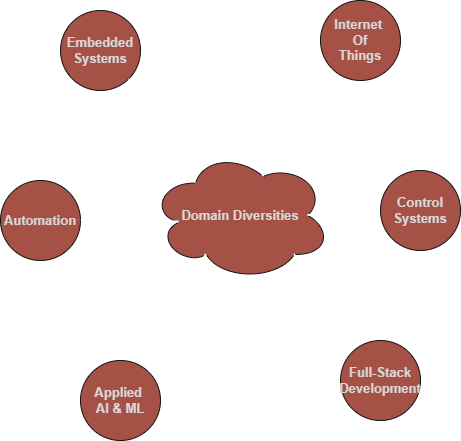
This is flow.drawio.png from Agnibha-31/Agnibha-31, a draw.io export, as it was before one commit. Source tidied: cells renumbered, new cells last; positions are measured from the earlier drawing's top-left corner, leaving out a move shared by most shapes.
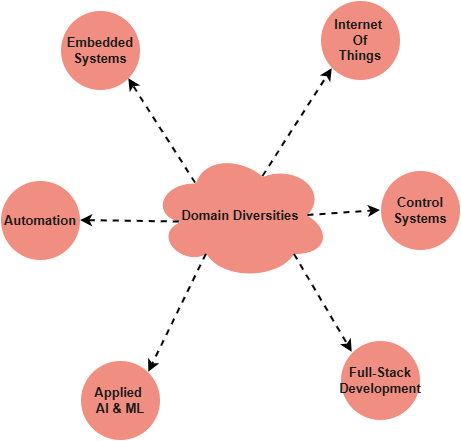
After the change.

The edit, as a diff of the source:
```diff
@@ -23,22 +23,22 @@
     <mxCell id="8" value="Automation" style="ellipse;whiteSpace=wrap;html=1;fontColor=#1A1A1A;strokeColor=#FFFFFF;rounded=0;labelBackgroundColor=none;fillColor=#F08E81;fontSize=13;fontStyle=1;" parent="1" vertex="1">
       <mxGeometry y="180" width="80" height="80" as="geometry" />
     </mxCell>
-    <mxCell id="9" style="endArrow=classic;html=1;rounded=0;exitX=0.25;exitY=0.25;exitDx=0;exitDy=0;exitPerimeter=0;entryX=1;entryY=1;entryDx=0;entryDy=0;dashed=1;strokeWidth=2;labelBackgroundColor=none;fontColor=default;strokeColor=light-dark(#000000,#FFFFFF);" parent="1" edge="1" source="2" target="3">
+    <mxCell id="9" style="endArrow=classic;html=1;rounded=0;exitX=0.25;exitY=0.25;exitDx=0;exitDy=0;exitPerimeter=0;entryX=1;entryY=1;entryDx=0;entryDy=0;dashed=1;strokeWidth=2;labelBackgroundColor=none;fontColor=default;strokeColor=light-dark(#000000,#FFFF00);" parent="1" edge="1" source="2" target="3">
       <mxGeometry relative="1" as="geometry" />
     </mxCell>
-    <mxCell id="10" style="endArrow=classic;html=1;rounded=0;exitX=0.625;exitY=0.2;exitDx=0;exitDy=0;exitPerimeter=0;entryX=0;entryY=1;entryDx=0;entryDy=0;dashed=1;strokeWidth=2;labelBackgroundColor=none;fontColor=default;strokeColor=light-dark(#000000,#FFFFFF);" parent="1" edge="1" source="2" target="4">
+    <mxCell id="10" style="endArrow=classic;html=1;rounded=0;exitX=0.625;exitY=0.2;exitDx=0;exitDy=0;exitPerimeter=0;entryX=0;entryY=1;entryDx=0;entryDy=0;dashed=1;strokeWidth=2;labelBackgroundColor=none;fontColor=default;strokeColor=light-dark(#000000,#FFFF00);" parent="1" edge="1" source="2" target="4">
       <mxGeometry relative="1" as="geometry" />
     </mxCell>
-    <mxCell id="11" style="endArrow=classic;html=1;rounded=0;exitX=0.875;exitY=0.5;exitDx=0;exitDy=0;exitPerimeter=0;entryX=0;entryY=0.5;entryDx=0;entryDy=0;dashed=1;strokeWidth=2;labelBackgroundColor=none;fontColor=default;strokeColor=light-dark(#000000,#FFFFFF);" parent="1" edge="1" source="2" target="5">
+    <mxCell id="11" style="endArrow=classic;html=1;rounded=0;exitX=0.875;exitY=0.5;exitDx=0;exitDy=0;exitPerimeter=0;entryX=0;entryY=0.5;entryDx=0;entryDy=0;dashed=1;strokeWidth=2;labelBackgroundColor=none;fontColor=default;strokeColor=light-dark(#000000,#FFFF00);" parent="1" edge="1" source="2" target="5">
       <mxGeometry relative="1" as="geometry" />
     </mxCell>
-    <mxCell id="12" style="endArrow=classic;html=1;rounded=0;exitX=0.8;exitY=0.8;exitDx=0;exitDy=0;exitPerimeter=0;entryX=0;entryY=0;entryDx=0;entryDy=0;dashed=1;strokeWidth=2;labelBackgroundColor=none;fontColor=default;strokeColor=light-dark(#000000,#FFFFFF);" parent="1" edge="1" source="2" target="6">
+    <mxCell id="12" style="endArrow=classic;html=1;rounded=0;exitX=0.8;exitY=0.8;exitDx=0;exitDy=0;exitPerimeter=0;entryX=0;entryY=0;entryDx=0;entryDy=0;dashed=1;strokeWidth=2;labelBackgroundColor=none;fontColor=default;strokeColor=light-dark(#000000,#FFFF00);" parent="1" edge="1" source="2" target="6">
       <mxGeometry relative="1" as="geometry" />
     </mxCell>
-    <mxCell id="13" style="endArrow=classic;html=1;rounded=0;exitX=0.31;exitY=0.8;exitDx=0;exitDy=0;exitPerimeter=0;entryX=1;entryY=0;entryDx=0;entryDy=0;dashed=1;strokeWidth=2;labelBackgroundColor=none;fontColor=default;strokeColor=light-dark(#000000,#FFFFFF);" parent="1" edge="1" source="2" target="7">
+    <mxCell id="13" style="endArrow=classic;html=1;rounded=0;exitX=0.31;exitY=0.8;exitDx=0;exitDy=0;exitPerimeter=0;entryX=1;entryY=0;entryDx=0;entryDy=0;dashed=1;strokeWidth=2;labelBackgroundColor=none;fontColor=default;strokeColor=light-dark(#000000,#FFFF00);" parent="1" edge="1" source="2" target="7">
       <mxGeometry relative="1" as="geometry" />
     </mxCell>
-    <mxCell id="14" style="endArrow=classic;html=1;rounded=0;exitX=0.16;exitY=0.55;exitDx=0;exitDy=0;exitPerimeter=0;entryX=1;entryY=0.5;entryDx=0;entryDy=0;dashed=1;strokeWidth=2;labelBackgroundColor=none;fontColor=default;strokeColor=light-dark(#000000,#FFFFFF);" parent="1" edge="1" source="2" target="8">
+    <mxCell id="14" style="endArrow=classic;html=1;rounded=0;exitX=0.16;exitY=0.55;exitDx=0;exitDy=0;exitPerimeter=0;entryX=1;entryY=0.5;entryDx=0;entryDy=0;dashed=1;strokeWidth=2;labelBackgroundColor=none;fontColor=default;strokeColor=light-dark(#000000,#FFFF00);" parent="1" edge="1" source="2" target="8">
       <mxGeometry relative="1" as="geometry" />
     </mxCell>
   </root>
```
